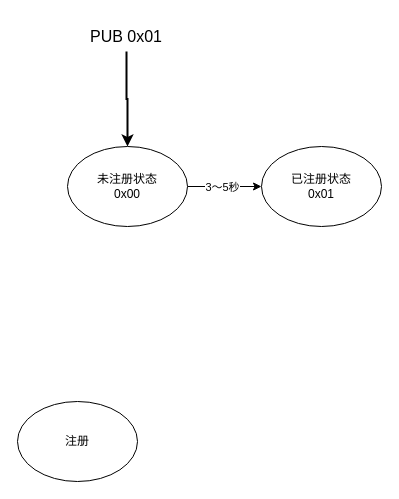
mailonghua/drawio keeps this draw.io diagram as WorkSpace/ObjectTrack/track_api.drawio. Above is the earlier version. Source tidied: cells renumbered, new cells numbered last; positions are measured from the earlier drawing's top-left corner, leaving out a move shared by most shapes. Both pictures are drawn from the tidied source at 100%, with x=0, y=0 at pixel (17, 21).
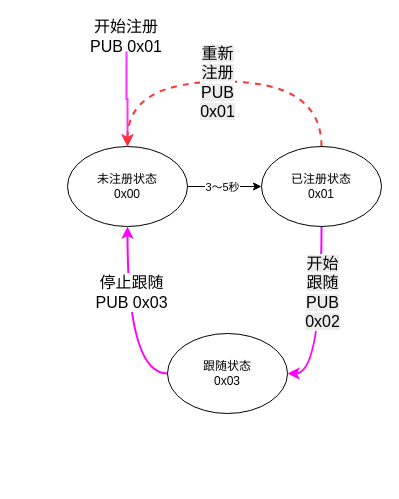
The same page after the edit.

The edit, as a diff of the source:
```diff
@@
 <mxGraphModel>
   <root>
     <mxCell id="0" />
     <mxCell id="1" parent="0" />
     <mxCell id="2" style="edgeStyle=orthogonalEdgeStyle;rounded=0;jettySize=auto;html=1;exitX=1;exitY=0.5;exitDx=0;exitDy=0;entryX=0;entryY=0.5;entryDx=0;entryDy=0;" parent="1" edge="1" source="5" target="8">
       <mxGeometry relative="1" as="geometry" />
     </mxCell>
     <mxCell id="3" value="3～5秒" style="edgeLabel;html=1;align=center;verticalAlign=middle;" parent="2" vertex="1">
       <mxGeometry x="-0.09" relative="1" as="geometry" />
     </mxCell>
-    <mxCell id="4" style="edgeStyle=orthogonalEdgeStyle;rounded=0;jettySize=auto;html=1;exitX=0.5;exitY=0;exitDx=0;exitDy=0;startArrow=classic;startFill=1;strokeWidth=2;endArrow=none;endFill=0;" parent="1" edge="1" source="5" target="7">
+    <mxCell id="4" style="edgeStyle=orthogonalEdgeStyle;rounded=0;jettySize=auto;html=1;exitX=0.5;exitY=0;exitDx=0;exitDy=0;startArrow=classic;startFill=1;strokeWidth=2;endArrow=none;endFill=0;strokeColor=#FF33FF;" parent="1" edge="1" source="5" target="7">
       <mxGeometry relative="1" as="geometry" />
     </mxCell>
     <mxCell id="5" value="未注册状态&lt;br&gt;0x00" style="ellipse;whiteSpace=wrap;html=1;" parent="1" vertex="1">
       <mxGeometry x="50" y="125" width="120" height="80" as="geometry" />
     </mxCell>
-    <mxCell id="6" value="注册" style="ellipse;whiteSpace=wrap;html=1;" parent="1" vertex="1">
-      <mxGeometry y="380" width="120" height="80" as="geometry" />
-    </mxCell>
-    <mxCell id="7" value="PUB 0x01" style="text;html=1;whiteSpace=wrap;strokeColor=none;fillColor=none;align=center;verticalAlign=middle;rounded=0;fontSize=16;" parent="1" vertex="1">
+    <mxCell id="7" value="开始注册&lt;br&gt;PUB 0x01" style="text;html=1;whiteSpace=wrap;strokeColor=none;fillColor=none;align=center;verticalAlign=middle;rounded=0;fontSize=16;" parent="1" vertex="1">
       <mxGeometry x="54" width="110" height="30" as="geometry" />
     </mxCell>
+    <mxCell id="9" style="edgeStyle=orthogonalEdgeStyle;rounded=0;jettySize=auto;html=1;strokeWidth=2;strokeColor=#FF00FF;curved=1;entryX=1;entryY=0.5;entryDx=0;entryDy=0;" parent="1" edge="1" source="8" target="15">
+      <mxGeometry relative="1" as="geometry" />
+    </mxCell>
+    <mxCell id="10" value="&lt;span style=&quot;font-size: 16px; text-wrap: wrap; background-color: rgb(236, 236, 236);&quot;&gt;开始跟随&lt;br&gt;PUB 0x02&lt;/span&gt;" style="edgeLabel;html=1;align=center;verticalAlign=middle;" parent="9" vertex="1">
+      <mxGeometry x="-0.13" y="-2" relative="1" as="geometry">
+        <mxPoint x="2" y="-14" as="offset" />
+      </mxGeometry>
+    </mxCell>
+    <mxCell id="11" style="edgeStyle=orthogonalEdgeStyle;curved=1;rounded=0;jettySize=auto;html=1;exitX=0.5;exitY=0;exitDx=0;exitDy=0;entryX=0.5;entryY=0;entryDx=0;entryDy=0;strokeWidth=2;dashed=1;strokeColor=#FF3333;" parent="1" edge="1" source="8" target="5">
+      <mxGeometry relative="1" as="geometry">
+        <Array as="points">
+          <mxPoint x="304" y="60" />
+          <mxPoint x="110" y="60" />
+        </Array>
+      </mxGeometry>
+    </mxCell>
+    <mxCell id="12" value="&lt;span style=&quot;font-size: 16px; text-wrap: wrap; background-color: rgb(236, 236, 236);&quot;&gt;重新注册&lt;/span&gt;&lt;br style=&quot;font-size: 16px; text-wrap: wrap; background-color: rgb(236, 236, 236);&quot;&gt;&lt;span style=&quot;font-size: 16px; text-wrap: wrap; background-color: rgb(236, 236, 236);&quot;&gt;PUB 0x01&lt;/span&gt;" style="edgeLabel;html=1;align=center;verticalAlign=middle;" parent="11" vertex="1">
+      <mxGeometry x="0.05" relative="1" as="geometry" />
+    </mxCell>
     <mxCell id="8" value="已注册状态&lt;br&gt;0x01" style="ellipse;whiteSpace=wrap;html=1;" parent="1" vertex="1">
       <mxGeometry x="244" y="125" width="120" height="80" as="geometry" />
     </mxCell>
+    <mxCell id="13" style="edgeStyle=orthogonalEdgeStyle;rounded=0;jettySize=auto;html=1;exitX=0;exitY=0.5;exitDx=0;exitDy=0;entryX=0.5;entryY=1;entryDx=0;entryDy=0;curved=1;strokeWidth=2;strokeColor=#FF00FF;" parent="1" edge="1" source="15" target="5">
+      <mxGeometry relative="1" as="geometry" />
+    </mxCell>
+    <mxCell id="14" value="停止跟随&lt;br&gt;PUB 0x03" style="edgeLabel;html=1;align=center;verticalAlign=middle;fontSize=16;" parent="13" vertex="1">
+      <mxGeometry x="0.3" y="-3" relative="1" as="geometry" />
+    </mxCell>
+    <mxCell id="15" value="跟随状态&lt;br&gt;0x03" style="ellipse;whiteSpace=wrap;html=1;" parent="1" vertex="1">
+      <mxGeometry x="150" y="312" width="120" height="80" as="geometry" />
+    </mxCell>
   </root>
 </mxGraphModel>
```
